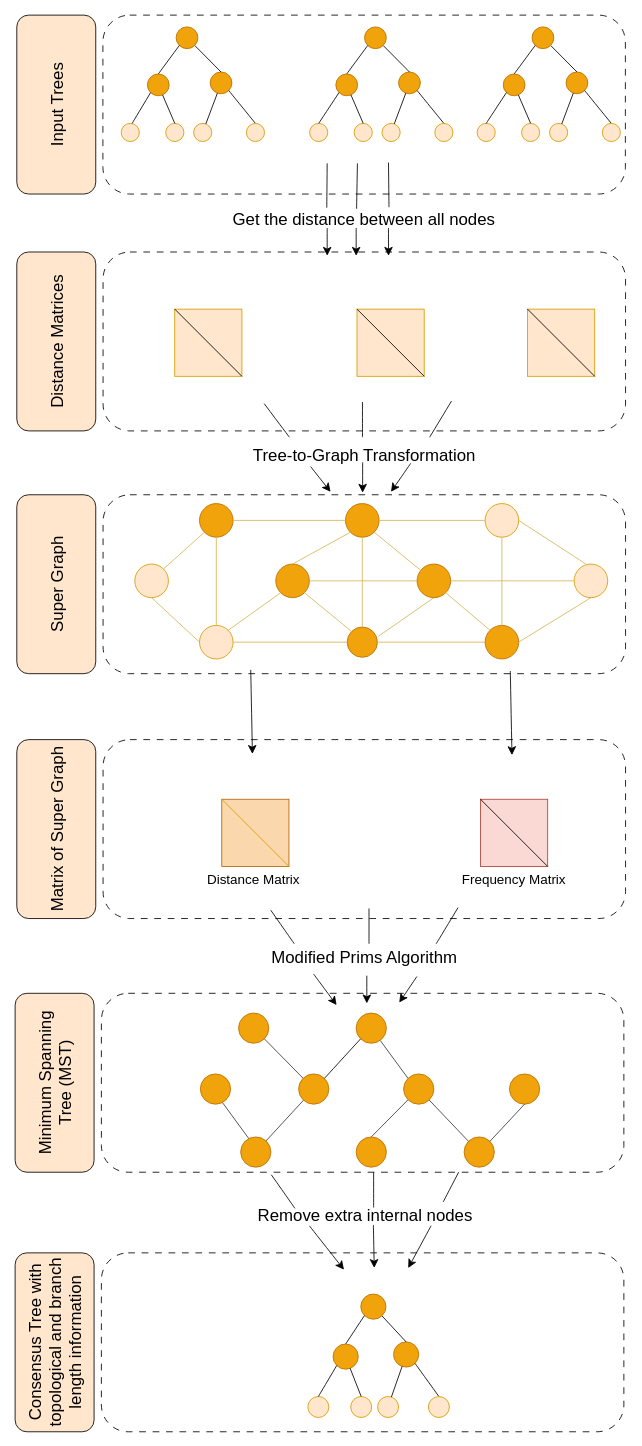
Earlier version of the draw.io diagram page "Copy of Page-1" (1 of 3) of img/fig_1_v3.drawio (tahiri-lab/PrismTree). Source tidied: cells renumbered, new cells numbered last; positions are measured from the earlier drawing's top-left corner, leaving out a move shared by most shapes. Both pictures are drawn from the tidied source at 84%, with x=0, y=0 at pixel (-35, 14).
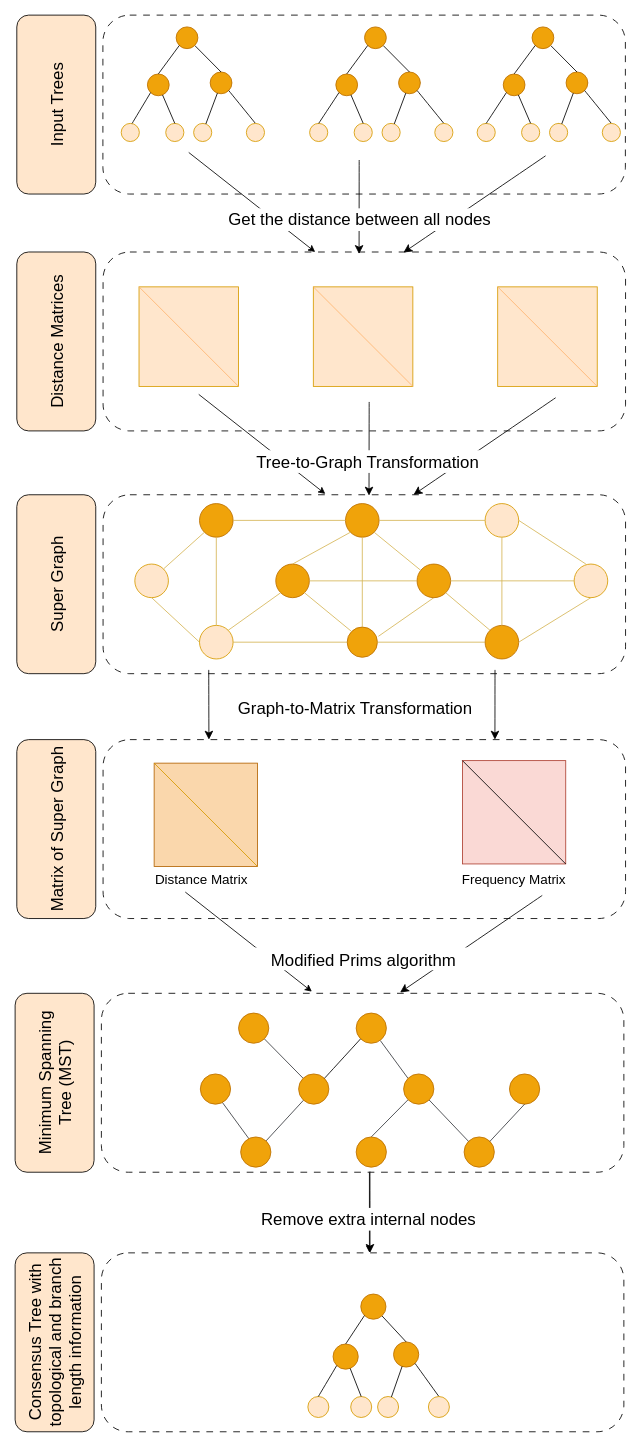
Above is the later version.

Unchanged cells that the change refers to:
```xml
<mxCell id="2" style="rounded=1;whiteSpace=wrap;html=1;fontSize=16;dashed=1;dashPattern=8 8;" parent="1" vertex="1">
  <mxGeometry x="162.2" y="1474" width="622" height="213" as="geometry" />
</mxCell>
<mxCell id="3" style="rounded=1;whiteSpace=wrap;html=1;fontSize=16;dashed=1;dashPattern=8 8;" parent="1" vertex="1">
  <mxGeometry x="162.2" y="1165" width="622" height="213" as="geometry" />
</mxCell>
<mxCell id="4" style="rounded=1;whiteSpace=wrap;html=1;fontSize=16;dashed=1;dashPattern=8 8;" parent="1" vertex="1">
  <mxGeometry x="164.2" y="863" width="622" height="213" as="geometry" />
</mxCell>
<mxCell id="6" style="rounded=1;whiteSpace=wrap;html=1;fontSize=16;dashed=1;dashPattern=8 8;" parent="1" vertex="1">
  <mxGeometry x="164.2" y="282.5" width="622" height="213" as="geometry" />
</mxCell>
<mxCell id="71" style="group;" parent="1" vertex="1">
  <mxGeometry x="185.8" y="14.5" width="601.2" height="187.5" as="geometry" />
</mxCell>
```

Change to the diagram source:
```diff
@@
     <mxCell id="8" style="whiteSpace=wrap;html=1;fillColor=#ffe6cc;strokeColor=#d79b00;" parent="1" vertex="1">
-      <mxGeometry x="249.5" y="350.5" width="80" height="80" as="geometry" />
+      <mxGeometry x="207" y="324" width="118.5" height="118.5" as="geometry" />
     </mxCell>
-    <mxCell id="9" style="whiteSpace=wrap;html=1;fillColor=#ffe6cc;strokeColor=#d79b00;" parent="1" vertex="1">
-      <mxGeometry x="669.5" y="350.5" width="80" height="80" as="geometry" />
-    </mxCell>
-    <mxCell id="10" style="whiteSpace=wrap;html=1;fillColor=#ffe6cc;strokeColor=#d79b00;" parent="1" vertex="1">
-      <mxGeometry x="466.5" y="350.5" width="80" height="80" as="geometry" />
-    </mxCell>
-    <mxCell id="11" style="endArrow=none;html=1;rounded=0;exitX=0;exitY=0;exitDx=0;exitDy=0;entryX=1;entryY=1;entryDx=0;entryDy=0;" parent="1" edge="1" source="8" target="8">
+    <mxCell id="11" style="endArrow=none;html=1;rounded=0;exitX=0;exitY=0;exitDx=0;exitDy=0;entryX=1;entryY=1;entryDx=0;entryDy=0;strokeColor=#FFB570;" parent="1" edge="1" source="8" target="8">
       <mxGeometry relative="1" as="geometry" />
     </mxCell>
-    <mxCell id="12" style="endArrow=none;html=1;rounded=0;entryX=0;entryY=0;entryDx=0;entryDy=0;exitX=1;exitY=1;exitDx=0;exitDy=0;" parent="1" edge="1" source="10" target="10">
-      <mxGeometry relative="1" as="geometry" />
-    </mxCell>
-    <mxCell id="13" style="endArrow=none;html=1;rounded=0;entryX=0;entryY=0;entryDx=0;entryDy=0;exitX=1;exitY=1;exitDx=0;exitDy=0;" parent="1" edge="1" source="9" target="9">
-      <mxGeometry relative="1" as="geometry" />
-    </mxCell>
@@
     <mxCell id="19" style="whiteSpace=wrap;html=1;fillColor=#fad7ac;strokeColor=#b46504;" parent="1" vertex="1">
-      <mxGeometry x="305.5" y="934" width="80" height="80" as="geometry" />
+      <mxGeometry x="225" y="891" width="123" height="123" as="geometry" />
     </mxCell>
     <mxCell id="20" style="whiteSpace=wrap;html=1;fillColor=#fad9d5;strokeColor=#ae4132;" parent="1" vertex="1">
-      <mxGeometry x="613.5" y="934" width="80" height="80" as="geometry" />
+      <mxGeometry x="592" y="888" width="123" height="123" as="geometry" />
     </mxCell>
@@
-    <mxCell id="39" value="&lt;font style=&quot;font-size: 20px;&quot;&gt;Get the distance between all nodes&lt;/font&gt;" style="text;strokeColor=none;fillColor=none;html=1;align=center;verticalAlign=middle;whiteSpace=wrap;rounded=0;fontSize=16;" parent="1" vertex="1">
-      <mxGeometry x="169.2" y="228" width="612" height="30" as="geometry" />
-    </mxCell>
-    <mxCell id="40" style="endArrow=none;html=1;rounded=0;fontSize=12;startSize=8;endSize=8;curved=1;exitX=0.427;exitY=0.056;exitDx=0;exitDy=0;exitPerimeter=0;" parent="1" edge="1" source="39">
-      <mxGeometry relative="1" as="geometry">
-        <mxPoint x="431" y="177" as="targetPoint" />
-      </mxGeometry>
-    </mxCell>
-    <mxCell id="41" style="endArrow=classic;html=1;rounded=0;fontSize=12;startSize=8;endSize=8;curved=1;" parent="1" edge="1">
-      <mxGeometry relative="1" as="geometry">
-        <mxPoint x="431" y="254" as="sourcePoint" />
-        <mxPoint x="431" y="287" as="targetPoint" />
-      </mxGeometry>
-    </mxCell>
-    <mxCell id="42" style="endArrow=none;html=1;rounded=0;fontSize=12;startSize=8;endSize=8;curved=1;exitX=0.485;exitY=0.1;exitDx=0;exitDy=0;exitPerimeter=0;" parent="1" edge="1" source="39">
-      <mxGeometry relative="1" as="geometry">
-        <mxPoint x="467" y="177" as="targetPoint" />
-      </mxGeometry>
-    </mxCell>
-    <mxCell id="43" style="endArrow=none;html=1;rounded=0;fontSize=12;startSize=8;endSize=8;curved=1;exitX=0.548;exitY=0.038;exitDx=0;exitDy=0;exitPerimeter=0;" parent="1" edge="1" source="39">
-      <mxGeometry relative="1" as="geometry">
-        <mxPoint x="504" y="176" as="targetPoint" />
-      </mxGeometry>
-    </mxCell>
-    <mxCell id="44" style="endArrow=classic;html=1;rounded=0;fontSize=12;startSize=8;endSize=8;curved=1;" parent="1" edge="1">
-      <mxGeometry relative="1" as="geometry">
-        <mxPoint x="465.5" y="254" as="sourcePoint" />
-        <mxPoint x="465.5" y="287" as="targetPoint" />
-      </mxGeometry>
-    </mxCell>
-    <mxCell id="45" style="endArrow=classic;html=1;rounded=0;fontSize=12;startSize=8;endSize=8;curved=1;" parent="1" edge="1">
-      <mxGeometry relative="1" as="geometry">
-        <mxPoint x="504" y="254" as="sourcePoint" />
-        <mxPoint x="504" y="287" as="targetPoint" />
-      </mxGeometry>
-    </mxCell>
-    <mxCell id="46" value="&lt;font style=&quot;font-size: 20px;&quot;&gt;Tree-to-Graph Transformation&lt;/font&gt;" style="text;strokeColor=none;fillColor=none;html=1;align=center;verticalAlign=middle;whiteSpace=wrap;rounded=0;fontSize=16;" parent="1" vertex="1">
-      <mxGeometry x="199.8" y="509" width="551" height="30" as="geometry" />
-    </mxCell>
-    <mxCell id="47" style="endArrow=classic;html=1;rounded=0;fontSize=12;startSize=8;endSize=8;curved=1;" parent="1" edge="1">
-      <mxGeometry relative="1" as="geometry">
-        <mxPoint x="473.2" y="533" as="sourcePoint" />
-        <mxPoint x="473.2" y="569" as="targetPoint" />
-      </mxGeometry>
-    </mxCell>
-    <mxCell id="48" style="endArrow=classic;html=1;rounded=0;fontSize=12;startSize=8;endSize=8;curved=1;" parent="1" edge="1">
-      <mxGeometry relative="1" as="geometry">
-        <mxPoint x="530.5" y="534" as="sourcePoint" />
-        <mxPoint x="507" y="568" as="targetPoint" />
-      </mxGeometry>
-    </mxCell>
-    <mxCell id="49" style="endArrow=classic;html=1;rounded=0;fontSize=12;startSize=8;endSize=8;curved=1;exitX=0.384;exitY=0.968;exitDx=0;exitDy=0;exitPerimeter=0;" parent="1" edge="1" source="46">
-      <mxGeometry relative="1" as="geometry">
-        <mxPoint x="435" y="568" as="targetPoint" />
-      </mxGeometry>
-    </mxCell>
-    <mxCell id="50" style="endArrow=none;html=1;rounded=0;fontSize=12;startSize=8;endSize=8;curved=1;" parent="1" edge="1">
-      <mxGeometry relative="1" as="geometry">
-        <mxPoint x="386" y="503" as="sourcePoint" />
-        <mxPoint x="356" y="463" as="targetPoint" />
-      </mxGeometry>
-    </mxCell>
-    <mxCell id="51" style="endArrow=none;html=1;rounded=0;fontSize=12;startSize=8;endSize=8;curved=1;exitX=0.466;exitY=0.1;exitDx=0;exitDy=0;exitPerimeter=0;" parent="1" edge="1">
-      <mxGeometry relative="1" as="geometry">
-        <mxPoint x="473" y="503" as="sourcePoint" />
-        <mxPoint x="473" y="461" as="targetPoint" />
-      </mxGeometry>
-    </mxCell>
-    <mxCell id="52" style="endArrow=none;html=1;rounded=0;fontSize=12;startSize=8;endSize=8;curved=1;exitX=0.466;exitY=0.1;exitDx=0;exitDy=0;exitPerimeter=0;" parent="1" edge="1">
-      <mxGeometry relative="1" as="geometry">
-        <mxPoint x="553" y="503" as="sourcePoint" />
-        <mxPoint x="579" y="460" as="targetPoint" />
-      </mxGeometry>
-    </mxCell>
-    <mxCell id="53" style="endArrow=classic;html=1;rounded=0;fontSize=12;startSize=8;endSize=8;curved=1;" parent="1" edge="1">
-      <mxGeometry relative="1" as="geometry">
-        <mxPoint x="340" y="780" as="sourcePoint" />
-        <mxPoint x="342" y="880" as="targetPoint" />
-      </mxGeometry>
-    </mxCell>
-    <mxCell id="54" style="endArrow=classic;html=1;rounded=0;fontSize=12;startSize=8;endSize=8;curved=1;" parent="1" edge="1">
-      <mxGeometry relative="1" as="geometry">
-        <mxPoint x="649" y="781.4" as="sourcePoint" />
-        <mxPoint x="651" y="881.4" as="targetPoint" />
-      </mxGeometry>
-    </mxCell>
-    <mxCell id="55" value="&lt;font style=&quot;font-size: 20px;&quot;&gt;Modified Prims Algorithm&lt;/font&gt;" style="text;strokeColor=none;fillColor=none;html=1;align=center;verticalAlign=middle;whiteSpace=wrap;rounded=0;fontSize=16;" parent="1" vertex="1">
-      <mxGeometry x="182.5" y="1107" width="585" height="30" as="geometry" />
-    </mxCell>
-    <mxCell id="56" style="endArrow=classic;html=1;rounded=0;fontSize=12;startSize=8;endSize=8;curved=1;" parent="1" edge="1">
-      <mxGeometry relative="1" as="geometry">
-        <mxPoint x="478.2" y="1144" as="sourcePoint" />
-        <mxPoint x="478.2" y="1177" as="targetPoint" />
-      </mxGeometry>
-    </mxCell>
-    <mxCell id="57" style="endArrow=classic;html=1;rounded=0;fontSize=12;startSize=8;endSize=8;curved=1;" parent="1" edge="1">
-      <mxGeometry relative="1" as="geometry">
-        <mxPoint x="537.8" y="1145" as="sourcePoint" />
-        <mxPoint x="516.8" y="1176" as="targetPoint" />
-      </mxGeometry>
-    </mxCell>
-    <mxCell id="58" style="endArrow=classic;html=1;rounded=0;fontSize=12;startSize=8;endSize=8;curved=1;exitX=0.387;exitY=1.203;exitDx=0;exitDy=0;exitPerimeter=0;" parent="1" edge="1">
-      <mxGeometry relative="1" as="geometry">
-        <mxPoint x="414.8" y="1142" as="sourcePoint" />
-        <mxPoint x="442.2" y="1179" as="targetPoint" />
-      </mxGeometry>
-    </mxCell>
-    <mxCell id="59" style="endArrow=none;html=1;rounded=0;fontSize=12;startSize=8;endSize=8;curved=1;exitX=0.466;exitY=0.1;exitDx=0;exitDy=0;exitPerimeter=0;" parent="1" edge="1">
-      <mxGeometry relative="1" as="geometry">
-        <mxPoint x="391.8" y="1106" as="sourcePoint" />
-        <mxPoint x="363.8" y="1066" as="targetPoint" />
-      </mxGeometry>
-    </mxCell>
-    <mxCell id="60" style="endArrow=none;html=1;rounded=0;fontSize=12;startSize=8;endSize=8;curved=1;exitX=0.466;exitY=0.1;exitDx=0;exitDy=0;exitPerimeter=0;" parent="1" edge="1">
-      <mxGeometry relative="1" as="geometry">
-        <mxPoint x="480.8" y="1106" as="sourcePoint" />
-        <mxPoint x="480.8" y="1064" as="targetPoint" />
-      </mxGeometry>
-    </mxCell>
-    <mxCell id="61" style="endArrow=none;html=1;rounded=0;fontSize=12;startSize=8;endSize=8;curved=1;exitX=0.466;exitY=0.1;exitDx=0;exitDy=0;exitPerimeter=0;" parent="1" edge="1">
-      <mxGeometry relative="1" as="geometry">
-        <mxPoint x="560.8" y="1106" as="sourcePoint" />
-        <mxPoint x="586.8" y="1063" as="targetPoint" />
-      </mxGeometry>
-    </mxCell>
-    <mxCell id="62" value="&lt;font style=&quot;font-size: 20px;&quot;&gt;Remove extra internal nodes&lt;/font&gt;" style="text;strokeColor=none;fillColor=none;html=1;align=center;verticalAlign=middle;whiteSpace=wrap;rounded=0;fontSize=16;" parent="1" vertex="1">
-      <mxGeometry x="258.5" y="1413" width="435" height="30" as="geometry" />
-    </mxCell>
-    <mxCell id="63" style="endArrow=classic;html=1;rounded=0;fontSize=12;startSize=8;endSize=8;curved=1;exitX=0.523;exitY=0.926;exitDx=0;exitDy=0;exitPerimeter=0;" parent="1" edge="1" source="62">
-      <mxGeometry relative="1" as="geometry">
-        <mxPoint x="487" y="1492" as="targetPoint" />
-      </mxGeometry>
-    </mxCell>
-    <mxCell id="64" style="endArrow=classic;html=1;rounded=0;fontSize=12;startSize=8;endSize=8;curved=1;exitX=0.681;exitY=0.956;exitDx=0;exitDy=0;exitPerimeter=0;" parent="1" edge="1" source="62">
-      <mxGeometry relative="1" as="geometry">
-        <mxPoint x="527.5" y="1492" as="targetPoint" />
-      </mxGeometry>
-    </mxCell>
-    <mxCell id="65" style="endArrow=classic;html=1;rounded=0;fontSize=12;startSize=8;endSize=8;curved=1;exitX=0.348;exitY=0.963;exitDx=0;exitDy=0;exitPerimeter=0;" parent="1" edge="1" source="62">
-      <mxGeometry relative="1" as="geometry">
-        <mxPoint x="451" y="1494" as="targetPoint" />
-      </mxGeometry>
-    </mxCell>
-    <mxCell id="66" style="endArrow=none;html=1;rounded=0;fontSize=12;startSize=8;endSize=8;curved=1;exitX=0.466;exitY=0.1;exitDx=0;exitDy=0;exitPerimeter=0;" parent="1" edge="1">
-      <mxGeometry relative="1" as="geometry">
-        <mxPoint x="392.6" y="1421" as="sourcePoint" />
-        <mxPoint x="364.5" y="1381" as="targetPoint" />
-      </mxGeometry>
-    </mxCell>
-    <mxCell id="67" style="endArrow=none;html=1;rounded=0;fontSize=12;startSize=8;endSize=8;curved=1;exitX=0.466;exitY=0.1;exitDx=0;exitDy=0;exitPerimeter=0;" parent="1" edge="1">
-      <mxGeometry relative="1" as="geometry">
-        <mxPoint x="486.3" y="1420" as="sourcePoint" />
-        <mxPoint x="486.3" y="1378" as="targetPoint" />
-      </mxGeometry>
-    </mxCell>
-    <mxCell id="68" style="endArrow=none;html=1;rounded=0;fontSize=12;startSize=8;endSize=8;curved=1;exitX=0.714;exitY=0.015;exitDx=0;exitDy=0;exitPerimeter=0;" parent="1" edge="1" source="62">
-      <mxGeometry relative="1" as="geometry">
-        <mxPoint x="587.5" y="1378" as="targetPoint" />
-      </mxGeometry>
-    </mxCell>
@@
     <mxCell id="70" value="Distance Matrix" style="text;strokeColor=none;fillColor=none;html=1;align=center;verticalAlign=middle;whiteSpace=wrap;rounded=0;fontSize=16;" parent="1" vertex="1">
-      <mxGeometry x="208" y="1014" width="271" height="30" as="geometry" />
+      <mxGeometry x="146" y="1014" width="271" height="30" as="geometry" />
     </mxCell>
@@
+    <mxCell id="44" style="endArrow=classic;html=1;rounded=0;fontSize=12;startSize=8;endSize=8;curved=1;entryX=0.49;entryY=0.011;entryDx=0;entryDy=0;entryPerimeter=0;" parent="71" edge="1" target="6">
+      <mxGeometry relative="1" as="geometry">
+        <mxPoint x="283.3" y="158.5" as="sourcePoint" />
+      </mxGeometry>
+    </mxCell>
+    <mxCell id="45" style="endArrow=classic;html=1;rounded=0;fontSize=12;startSize=8;endSize=8;curved=1;entryX=0.575;entryY=0.003;entryDx=0;entryDy=0;entryPerimeter=0;" parent="71" edge="1" target="6">
+      <mxGeometry relative="1" as="geometry">
+        <mxPoint x="505.2" y="153.5" as="sourcePoint" />
+      </mxGeometry>
+    </mxCell>
@@
+    <mxCell id="177" style="endArrow=classic;html=1;rounded=0;entryX=0.406;entryY=0;entryDx=0;entryDy=0;entryPerimeter=0;" parent="71" edge="1" target="6">
+      <mxGeometry relative="1" as="geometry">
+        <mxPoint x="80.4" y="149.5" as="sourcePoint" />
+      </mxGeometry>
+    </mxCell>
+    <mxCell id="178" value="&amp;nbsp; &amp;nbsp; &amp;nbsp; &amp;nbsp; &amp;nbsp; &amp;nbsp; &amp;nbsp; &amp;nbsp; &amp;nbsp; &amp;nbsp; &amp;nbsp; &amp;nbsp;&lt;br&gt;&amp;nbsp; &amp;nbsp; &amp;nbsp; &amp;nbsp; &amp;nbsp; &amp;nbsp; &amp;nbsp; &amp;nbsp; &amp;nbsp; &amp;nbsp; &amp;nbsp; &amp;nbsp; &amp;nbsp; &amp;nbsp; &amp;nbsp; &amp;nbsp; &amp;nbsp; &amp;nbsp; &amp;nbsp; &amp;nbsp; &amp;nbsp; &amp;nbsp; &amp;nbsp; &amp;nbsp; &amp;nbsp; &amp;nbsp; &amp;nbsp; &amp;nbsp; &amp;nbsp; &amp;nbsp; &amp;nbsp; &amp;nbsp; &amp;nbsp; &amp;nbsp; &amp;nbsp; &amp;nbsp; &amp;nbsp; &amp;nbsp; &amp;nbsp; &amp;nbsp; &amp;nbsp; &amp;nbsp; &amp;nbsp; &amp;nbsp; &amp;nbsp; &amp;nbsp; &amp;nbsp; &amp;nbsp; &amp;nbsp; &amp;nbsp; &amp;nbsp; &amp;nbsp;&amp;nbsp;" style="edgeLabel;html=1;align=center;verticalAlign=middle;" parent="177" vertex="1">
+      <mxGeometry relative="1" as="geometry">
+        <mxPoint x="135" y="20" as="offset" />
+      </mxGeometry>
+    </mxCell>
@@
+    <mxCell id="179" style="whiteSpace=wrap;html=1;fillColor=#ffe6cc;strokeColor=#d79b00;" parent="1" vertex="1">
+      <mxGeometry x="414.5" y="324" width="118.5" height="118.5" as="geometry" />
+    </mxCell>
+    <mxCell id="180" style="endArrow=none;html=1;rounded=0;exitX=0;exitY=0;exitDx=0;exitDy=0;entryX=1;entryY=1;entryDx=0;entryDy=0;strokeColor=#FFB570;" parent="1" edge="1" source="179" target="179">
+      <mxGeometry relative="1" as="geometry" />
+    </mxCell>
+    <mxCell id="181" style="whiteSpace=wrap;html=1;fillColor=#ffe6cc;strokeColor=#d79b00;" parent="1" vertex="1">
+      <mxGeometry x="634" y="324" width="118.5" height="118.5" as="geometry" />
+    </mxCell>
+    <mxCell id="182" style="endArrow=none;html=1;rounded=0;exitX=0;exitY=0;exitDx=0;exitDy=0;entryX=1;entryY=1;entryDx=0;entryDy=0;strokeColor=#FFB570;" parent="1" edge="1" source="181" target="181">
+      <mxGeometry relative="1" as="geometry" />
+    </mxCell>
+    <mxCell id="39" value="&lt;font style=&quot;font-size: 20px;&quot;&gt;Get the distance between all nodes&lt;/font&gt;" style="text;strokeColor=none;fillColor=none;html=1;align=center;verticalAlign=middle;whiteSpace=wrap;rounded=0;fontSize=16;" parent="1" vertex="1">
+      <mxGeometry x="164.2" y="228" width="612" height="30" as="geometry" />
+    </mxCell>
+    <mxCell id="183" style="endArrow=classic;html=1;rounded=0;fontSize=12;startSize=8;endSize=8;curved=1;entryX=0.49;entryY=0.011;entryDx=0;entryDy=0;entryPerimeter=0;" parent="1" edge="1">
+      <mxGeometry relative="1" as="geometry">
+        <mxPoint x="481" y="461" as="sourcePoint" />
+        <mxPoint x="480.8" y="572.5" as="targetPoint" />
+      </mxGeometry>
+    </mxCell>
+    <mxCell id="184" style="endArrow=classic;html=1;rounded=0;fontSize=12;startSize=8;endSize=8;curved=1;entryX=0.575;entryY=0.003;entryDx=0;entryDy=0;entryPerimeter=0;" parent="1" edge="1">
+      <mxGeometry relative="1" as="geometry">
+        <mxPoint x="703" y="456" as="sourcePoint" />
+        <mxPoint x="533.8" y="571.5" as="targetPoint" />
+      </mxGeometry>
+    </mxCell>
+    <mxCell id="185" style="endArrow=classic;html=1;rounded=0;entryX=0.406;entryY=0;entryDx=0;entryDy=0;entryPerimeter=0;" parent="1" edge="1">
+      <mxGeometry relative="1" as="geometry">
+        <mxPoint x="278.1" y="452" as="sourcePoint" />
+        <mxPoint x="428.8" y="570.5" as="targetPoint" />
+      </mxGeometry>
+    </mxCell>
+    <mxCell id="186" value="&amp;nbsp; &amp;nbsp; &amp;nbsp; &amp;nbsp; &amp;nbsp; &amp;nbsp; &amp;nbsp; &amp;nbsp; &amp;nbsp; &amp;nbsp; &amp;nbsp; &amp;nbsp;&lt;br&gt;&amp;nbsp; &amp;nbsp; &amp;nbsp; &amp;nbsp; &amp;nbsp; &amp;nbsp; &amp;nbsp; &amp;nbsp; &amp;nbsp; &amp;nbsp; &amp;nbsp; &amp;nbsp; &amp;nbsp; &amp;nbsp; &amp;nbsp; &amp;nbsp; &amp;nbsp; &amp;nbsp; &amp;nbsp; &amp;nbsp; &amp;nbsp; &amp;nbsp; &amp;nbsp; &amp;nbsp; &amp;nbsp; &amp;nbsp; &amp;nbsp; &amp;nbsp; &amp;nbsp; &amp;nbsp; &amp;nbsp; &amp;nbsp; &amp;nbsp; &amp;nbsp; &amp;nbsp; &amp;nbsp; &amp;nbsp; &amp;nbsp; &amp;nbsp; &amp;nbsp; &amp;nbsp; &amp;nbsp; &amp;nbsp; &amp;nbsp; &amp;nbsp; &amp;nbsp; &amp;nbsp; &amp;nbsp; &amp;nbsp; &amp;nbsp; &amp;nbsp; &amp;nbsp;&amp;nbsp;" style="edgeLabel;html=1;align=center;verticalAlign=middle;" parent="185" vertex="1">
+      <mxGeometry relative="1" as="geometry">
+        <mxPoint x="135" y="20" as="offset" />
+      </mxGeometry>
+    </mxCell>
+    <mxCell id="46" value="&lt;font style=&quot;font-size: 20px;&quot;&gt;Tree-to-Graph Transformation&lt;/font&gt;" style="text;strokeColor=none;fillColor=none;html=1;align=center;verticalAlign=middle;whiteSpace=wrap;rounded=0;fontSize=16;" parent="1" vertex="1">
+      <mxGeometry x="204" y="517" width="551" height="30" as="geometry" />
+    </mxCell>
+    <mxCell id="187" style="endArrow=classic;html=1;rounded=0;fontSize=12;startSize=8;endSize=8;curved=1;entryX=0.575;entryY=0.003;entryDx=0;entryDy=0;entryPerimeter=0;" parent="1" edge="1">
+      <mxGeometry relative="1" as="geometry">
+        <mxPoint x="687" y="1048.5" as="sourcePoint" />
+        <mxPoint x="517.8" y="1164" as="targetPoint" />
+      </mxGeometry>
+    </mxCell>
+    <mxCell id="188" style="endArrow=classic;html=1;rounded=0;entryX=0.406;entryY=0;entryDx=0;entryDy=0;entryPerimeter=0;" parent="1" edge="1">
+      <mxGeometry relative="1" as="geometry">
+        <mxPoint x="262.1" y="1044.5" as="sourcePoint" />
+        <mxPoint x="412.8" y="1163" as="targetPoint" />
+      </mxGeometry>
+    </mxCell>
+    <mxCell id="189" value="&amp;nbsp; &amp;nbsp; &amp;nbsp; &amp;nbsp; &amp;nbsp; &amp;nbsp; &amp;nbsp; &amp;nbsp; &amp;nbsp; &amp;nbsp; &amp;nbsp; &amp;nbsp;&lt;br&gt;&amp;nbsp; &amp;nbsp; &amp;nbsp; &amp;nbsp; &amp;nbsp; &amp;nbsp; &amp;nbsp; &amp;nbsp; &amp;nbsp; &amp;nbsp; &amp;nbsp; &amp;nbsp; &amp;nbsp; &amp;nbsp; &amp;nbsp; &amp;nbsp; &amp;nbsp; &amp;nbsp; &amp;nbsp; &amp;nbsp; &amp;nbsp; &amp;nbsp; &amp;nbsp; &amp;nbsp; &amp;nbsp; &amp;nbsp; &amp;nbsp; &amp;nbsp; &amp;nbsp; &amp;nbsp; &amp;nbsp; &amp;nbsp; &amp;nbsp; &amp;nbsp; &amp;nbsp; &amp;nbsp; &amp;nbsp; &amp;nbsp; &amp;nbsp; &amp;nbsp; &amp;nbsp; &amp;nbsp; &amp;nbsp; &amp;nbsp; &amp;nbsp; &amp;nbsp; &amp;nbsp; &amp;nbsp; &amp;nbsp; &amp;nbsp; &amp;nbsp; &amp;nbsp;&amp;nbsp;" style="edgeLabel;html=1;align=center;verticalAlign=middle;" parent="188" vertex="1">
+      <mxGeometry relative="1" as="geometry">
+        <mxPoint x="135" y="20" as="offset" />
+      </mxGeometry>
+    </mxCell>
+    <mxCell id="55" value="&lt;font style=&quot;font-size: 20px;&quot;&gt;Modified Prims algorithm&lt;/font&gt;" style="text;strokeColor=none;fillColor=none;html=1;align=center;verticalAlign=middle;whiteSpace=wrap;rounded=0;fontSize=16;" parent="1" vertex="1">
+      <mxGeometry x="182" y="1110" width="585" height="30" as="geometry" />
+    </mxCell>
+    <mxCell id="190" style="endArrow=classic;html=1;rounded=0;fontSize=12;startSize=8;endSize=8;curved=1;entryX=0.49;entryY=0.011;entryDx=0;entryDy=0;entryPerimeter=0;exitX=0.514;exitY=0.996;exitDx=0;exitDy=0;exitPerimeter=0;" parent="1" edge="1" source="3">
+      <mxGeometry relative="1" as="geometry">
+        <mxPoint x="482" y="1474" as="targetPoint" />
+      </mxGeometry>
+    </mxCell>
+    <mxCell id="191" style="endArrow=classic;html=1;rounded=0;entryX=0.513;entryY=-0.001;entryDx=0;entryDy=0;entryPerimeter=0;exitX=0.513;exitY=1.001;exitDx=0;exitDy=0;exitPerimeter=0;" parent="1" edge="1" source="3" target="2">
+      <mxGeometry relative="1" as="geometry" />
+    </mxCell>
+    <mxCell id="192" value="&amp;nbsp; &amp;nbsp; &amp;nbsp; &amp;nbsp; &amp;nbsp; &amp;nbsp; &amp;nbsp; &amp;nbsp; &amp;nbsp; &amp;nbsp; &amp;nbsp; &amp;nbsp;&lt;br&gt;&amp;nbsp; &amp;nbsp; &amp;nbsp; &amp;nbsp; &amp;nbsp; &amp;nbsp; &amp;nbsp; &amp;nbsp; &amp;nbsp; &amp;nbsp; &amp;nbsp; &amp;nbsp; &amp;nbsp; &amp;nbsp; &amp;nbsp; &amp;nbsp; &amp;nbsp; &amp;nbsp; &amp;nbsp; &amp;nbsp; &amp;nbsp; &amp;nbsp; &amp;nbsp; &amp;nbsp; &amp;nbsp; &amp;nbsp; &amp;nbsp; &amp;nbsp; &amp;nbsp; &amp;nbsp; &amp;nbsp; &amp;nbsp; &amp;nbsp; &amp;nbsp; &amp;nbsp; &amp;nbsp; &amp;nbsp; &amp;nbsp; &amp;nbsp; &amp;nbsp; &amp;nbsp; &amp;nbsp; &amp;nbsp; &amp;nbsp; &amp;nbsp; &amp;nbsp; &amp;nbsp; &amp;nbsp; &amp;nbsp; &amp;nbsp; &amp;nbsp; &amp;nbsp;&amp;nbsp;" style="edgeLabel;html=1;align=center;verticalAlign=middle;" parent="191" vertex="1">
+      <mxGeometry relative="1" as="geometry">
+        <mxPoint x="15" y="7" as="offset" />
+      </mxGeometry>
+    </mxCell>
+    <mxCell id="62" value="&lt;font style=&quot;font-size: 20px;&quot;&gt;Remove extra internal nodes&lt;/font&gt;" style="text;strokeColor=none;fillColor=none;html=1;align=center;verticalAlign=middle;whiteSpace=wrap;rounded=0;fontSize=16;" parent="1" vertex="1">
+      <mxGeometry x="263" y="1418" width="435" height="30" as="geometry" />
+    </mxCell>
+    <mxCell id="193" style="endArrow=classic;html=1;rounded=0;fontSize=12;startSize=8;endSize=8;curved=1;entryX=0.75;entryY=0;entryDx=0;entryDy=0;" parent="1" edge="1" target="4">
+      <mxGeometry relative="1" as="geometry">
+        <mxPoint x="630.8" y="780" as="sourcePoint" />
+      </mxGeometry>
+    </mxCell>
+    <mxCell id="194" value="&lt;font style=&quot;font-size: 20px;&quot;&gt;Graph-to-Matrix Transformation&lt;/font&gt;" style="text;strokeColor=none;fillColor=none;html=1;align=center;verticalAlign=middle;whiteSpace=wrap;rounded=0;fontSize=16;" parent="1" vertex="1">
+      <mxGeometry x="189" y="810" width="551" height="30" as="geometry" />
+    </mxCell>
+    <mxCell id="195" style="endArrow=classic;html=1;rounded=0;fontSize=12;startSize=8;endSize=8;curved=1;entryX=0.75;entryY=0;entryDx=0;entryDy=0;" parent="1" edge="1">
+      <mxGeometry relative="1" as="geometry">
+        <mxPoint x="290" y="780" as="sourcePoint" />
+        <mxPoint x="290.2" y="863" as="targetPoint" />
+      </mxGeometry>
+    </mxCell>
```
